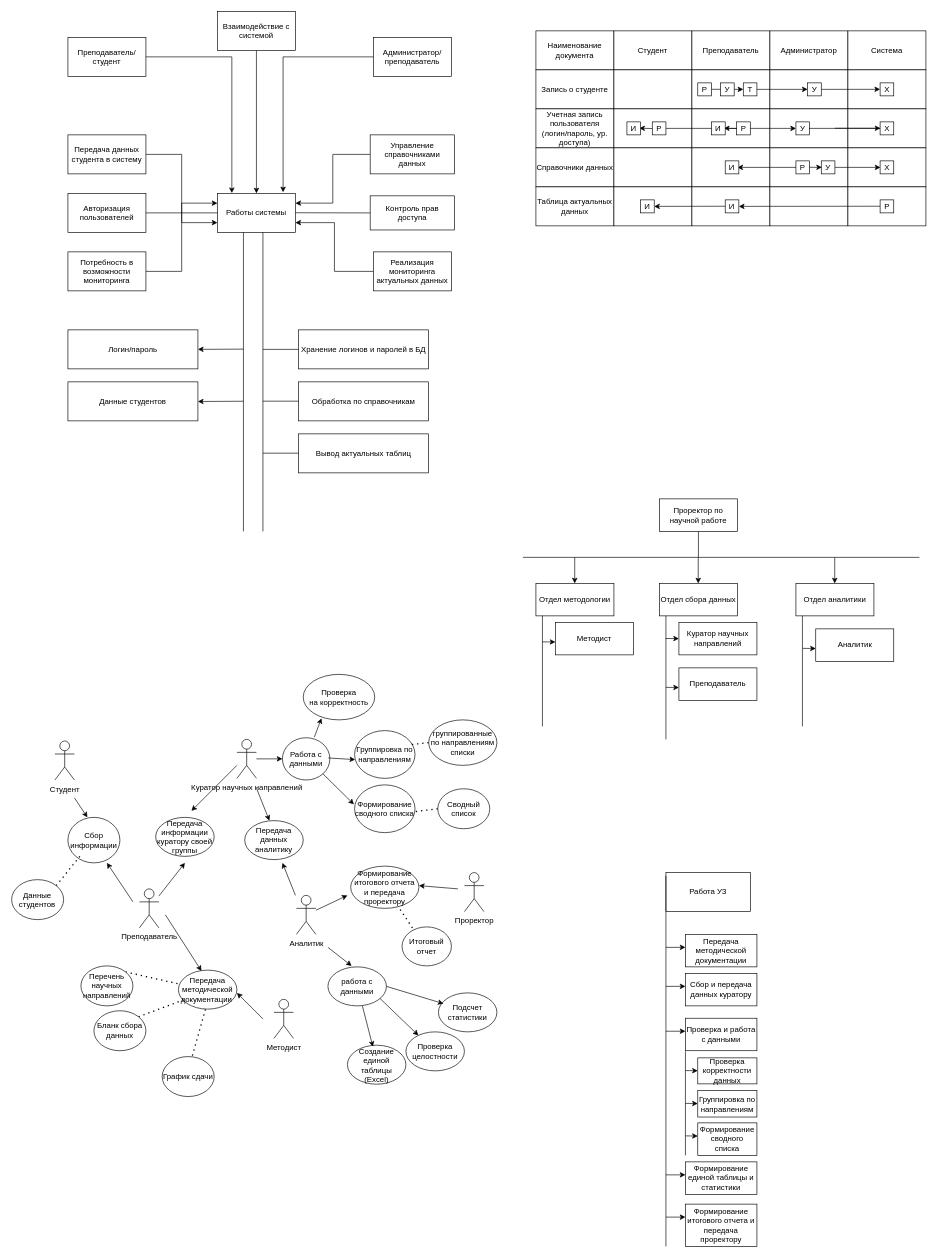
This is Шумов Д/диаграмма.drawio from Dima-Shum/UP11_documents, a draw.io file, before an edit. Source tidied: cells renumbered, new cells numbered last; positions are measured from the earlier drawing's top-left corner, leaving out a move shared by most shapes. Both pictures are drawn from the tidied source at 65%, with x=0, y=0 at pixel (11, 11).
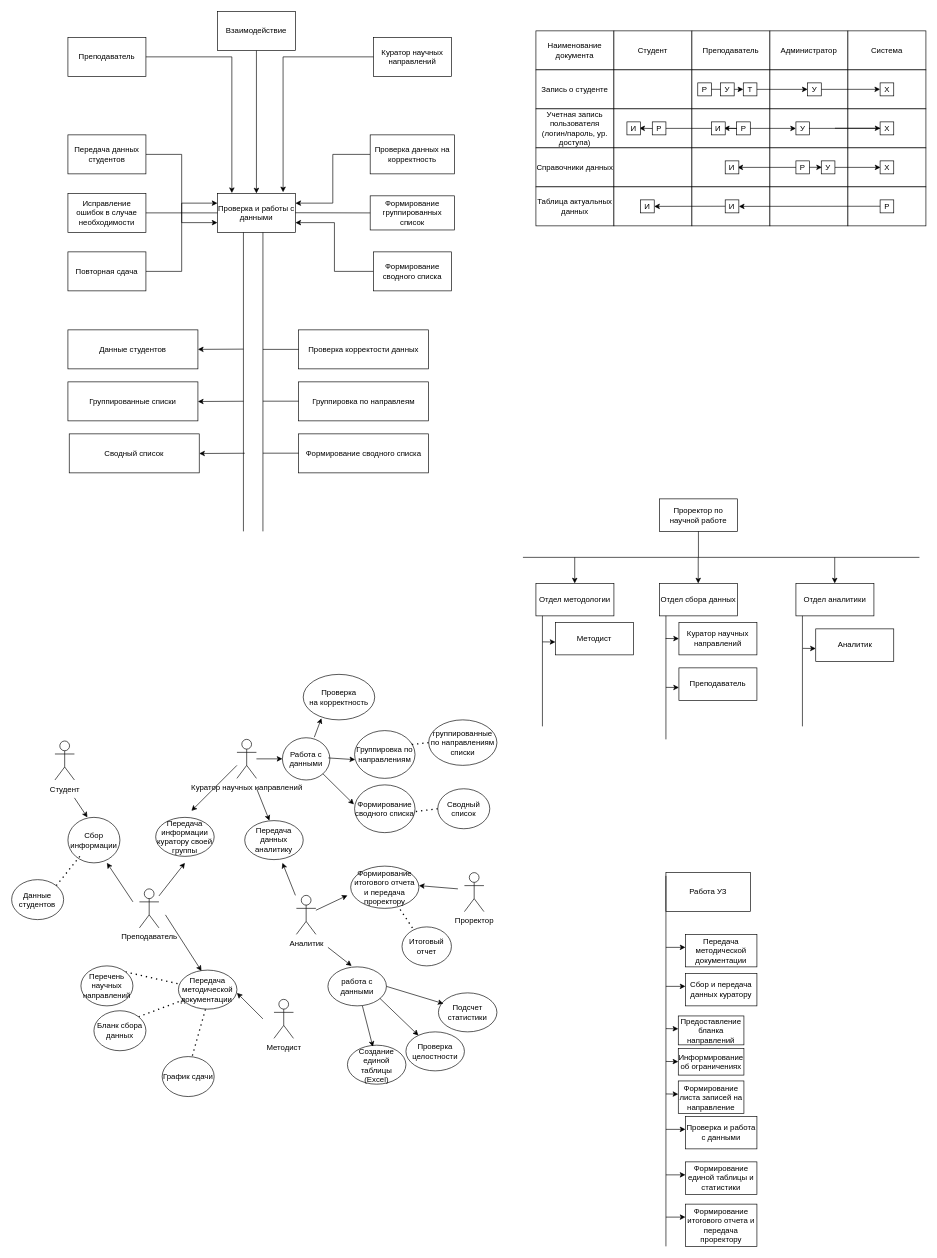
The same diagram, later.

What changed in the source:
```diff
@@
     <mxCell id="9" style="endArrow=classic;html=1;rounded=0;" parent="1" edge="1">
       <mxGeometry relative="1" as="geometry">
-        <mxPoint x="1007" y="1569" as="sourcePoint" />
-        <mxPoint x="1037" y="1569" as="targetPoint" />
+        <mxPoint x="1007" y="1720" as="sourcePoint" />
+        <mxPoint x="1037" y="1720" as="targetPoint" />
       </mxGeometry>
     </mxCell>
     <mxCell id="10" value="Проверка и работа с данными" style="rounded=0;whiteSpace=wrap;html=1;" parent="1" vertex="1">
-      <mxGeometry x="1037" y="1549" width="110" height="50" as="geometry" />
+      <mxGeometry x="1037" y="1700" width="110" height="50" as="geometry" />
     </mxCell>
@@
-    <mxCell id="15" style="endArrow=none;html=1;rounded=0;" parent="1" edge="1">
-      <mxGeometry relative="1" as="geometry">
-        <mxPoint x="1037" y="1760" as="sourcePoint" />
-        <mxPoint x="1037" y="1600" as="targetPoint" />
-      </mxGeometry>
-    </mxCell>
-    <mxCell id="16" style="endArrow=classic;html=1;rounded=0;" parent="1" edge="1">
-      <mxGeometry relative="1" as="geometry">
-        <mxPoint x="1037" y="1629.5" as="sourcePoint" />
-        <mxPoint x="1056" y="1629.8" as="targetPoint" />
-      </mxGeometry>
-    </mxCell>
-    <mxCell id="17" value="Проверка корректности данных" style="rounded=0;whiteSpace=wrap;html=1;" parent="1" vertex="1">
-      <mxGeometry x="1056" y="1610" width="91" height="40" as="geometry" />
-    </mxCell>
-    <mxCell id="18" style="endArrow=classic;html=1;rounded=0;" parent="1" edge="1">
-      <mxGeometry relative="1" as="geometry">
-        <mxPoint x="1037" y="1680" as="sourcePoint" />
-        <mxPoint x="1056" y="1680.3" as="targetPoint" />
-      </mxGeometry>
-    </mxCell>
-    <mxCell id="19" value="Группировка по направлениям" style="rounded=0;whiteSpace=wrap;html=1;" parent="1" vertex="1">
-      <mxGeometry x="1056" y="1660" width="91" height="41" as="geometry" />
-    </mxCell>
-    <mxCell id="20" style="endArrow=classic;html=1;rounded=0;" parent="1" edge="1">
-      <mxGeometry relative="1" as="geometry">
-        <mxPoint x="1037" y="1730" as="sourcePoint" />
-        <mxPoint x="1056" y="1730.3" as="targetPoint" />
-      </mxGeometry>
-    </mxCell>
-    <mxCell id="21" value="Формирование сводного списка" style="rounded=0;whiteSpace=wrap;html=1;" parent="1" vertex="1">
-      <mxGeometry x="1056" y="1710" width="91" height="50" as="geometry" />
-    </mxCell>
@@
-    <mxCell id="25" value="Взаимодействие с системой" style="rounded=0;whiteSpace=wrap;html=1;" parent="1" vertex="1">
+    <mxCell id="25" value="Взаимодействие" style="rounded=0;whiteSpace=wrap;html=1;" parent="1" vertex="1">
       <mxGeometry x="317" width="120" height="60" as="geometry" />
     </mxCell>
-    <mxCell id="26" value="Преподаватель/студент" style="rounded=0;whiteSpace=wrap;html=1;" parent="1" vertex="1">
+    <mxCell id="26" value="Преподаватель" style="rounded=0;whiteSpace=wrap;html=1;" parent="1" vertex="1">
       <mxGeometry x="87" y="40" width="120" height="60" as="geometry" />
     </mxCell>
-    <mxCell id="27" value="Администратор/преподаватель" style="rounded=0;whiteSpace=wrap;html=1;" parent="1" vertex="1">
+    <mxCell id="27" value="Куратор научных направлений" style="rounded=0;whiteSpace=wrap;html=1;" parent="1" vertex="1">
       <mxGeometry x="557" y="40" width="120" height="60" as="geometry" />
     </mxCell>
@@
-    <mxCell id="29" value="Передача данных студента в систему" style="rounded=0;whiteSpace=wrap;html=1;" parent="1" vertex="1">
+    <mxCell id="29" value="Передача данных студентов" style="rounded=0;whiteSpace=wrap;html=1;" parent="1" vertex="1">
       <mxGeometry x="87" y="190" width="120" height="60" as="geometry" />
     </mxCell>
-    <mxCell id="30" value="Авторизация пользователей" style="rounded=0;whiteSpace=wrap;html=1;" parent="1" vertex="1">
+    <mxCell id="30" value="Исправление ошибок в случае необходимости" style="rounded=0;whiteSpace=wrap;html=1;" parent="1" vertex="1">
       <mxGeometry x="87" y="280" width="120" height="60" as="geometry" />
     </mxCell>
@@
-    <mxCell id="32" value="Потребность в возможности мониторинга" style="rounded=0;whiteSpace=wrap;html=1;" parent="1" vertex="1">
+    <mxCell id="32" value="Повторная сдача" style="rounded=0;whiteSpace=wrap;html=1;" parent="1" vertex="1">
       <mxGeometry x="87" y="370" width="120" height="60" as="geometry" />
     </mxCell>
-    <mxCell id="33" value="Работы системы" style="rounded=0;whiteSpace=wrap;html=1;" parent="1" vertex="1">
+    <mxCell id="33" value="Проверка и работы с данными" style="rounded=0;whiteSpace=wrap;html=1;" parent="1" vertex="1">
       <mxGeometry x="317" y="280" width="120" height="60" as="geometry" />
     </mxCell>
@@
-    <mxCell id="35" value="Управление справочниками данных" style="rounded=0;whiteSpace=wrap;html=1;" parent="1" vertex="1">
+    <mxCell id="35" value="Проверка данных на корректность" style="rounded=0;whiteSpace=wrap;html=1;" parent="1" vertex="1">
       <mxGeometry x="552" y="190" width="130" height="60" as="geometry" />
     </mxCell>
-    <mxCell id="36" value="Контроль прав доступа" style="rounded=0;whiteSpace=wrap;html=1;" parent="1" vertex="1">
+    <mxCell id="36" value="Формирование группированных список" style="rounded=0;whiteSpace=wrap;html=1;" parent="1" vertex="1">
       <mxGeometry x="552" y="283.8" width="130" height="52.5" as="geometry" />
     </mxCell>
@@
-    <mxCell id="38" value="Реализация мониторинга актуальных данных" style="rounded=0;whiteSpace=wrap;html=1;" parent="1" vertex="1">
+    <mxCell id="38" value="Формирование сводного списка" style="rounded=0;whiteSpace=wrap;html=1;" parent="1" vertex="1">
       <mxGeometry x="557" y="370" width="120" height="60" as="geometry" />
     </mxCell>
-    <mxCell id="39" value="Логин/пароль" style="rounded=0;whiteSpace=wrap;html=1;" parent="1" vertex="1">
+    <mxCell id="39" value="Данные студентов" style="rounded=0;whiteSpace=wrap;html=1;" parent="1" vertex="1">
       <mxGeometry x="87" y="490" width="200" height="60" as="geometry" />
     </mxCell>
-    <mxCell id="40" value="Данные студентов" style="rounded=0;whiteSpace=wrap;html=1;" parent="1" vertex="1">
+    <mxCell id="40" value="Группированные списки" style="rounded=0;whiteSpace=wrap;html=1;" parent="1" vertex="1">
       <mxGeometry x="87" y="570" width="200" height="60" as="geometry" />
     </mxCell>
-    <mxCell id="41" value="Хранение логинов и паролей в БД" style="rounded=0;whiteSpace=wrap;html=1;" parent="1" vertex="1">
+    <mxCell id="41" value="Проверка корректости данных" style="rounded=0;whiteSpace=wrap;html=1;" parent="1" vertex="1">
       <mxGeometry x="442" y="490" width="200" height="60" as="geometry" />
     </mxCell>
-    <mxCell id="42" value="Обработка по справочникам" style="rounded=0;whiteSpace=wrap;html=1;" parent="1" vertex="1">
+    <mxCell id="42" value="Группировка по направлеям" style="rounded=0;whiteSpace=wrap;html=1;" parent="1" vertex="1">
       <mxGeometry x="442" y="570" width="200" height="60" as="geometry" />
     </mxCell>
@@
-    <mxCell id="73" value="Вывод актуальных таблиц" style="rounded=0;whiteSpace=wrap;html=1;" parent="1" vertex="1">
+    <mxCell id="73" value="Формирование сводного списка" style="rounded=0;whiteSpace=wrap;html=1;" parent="1" vertex="1">
       <mxGeometry x="442" y="650" width="200" height="60" as="geometry" />
     </mxCell>
@@
+    <mxCell id="180" value="Сводный список" style="rounded=0;whiteSpace=wrap;html=1;" parent="1" vertex="1">
+      <mxGeometry x="89" y="650" width="200" height="60" as="geometry" />
+    </mxCell>
+    <mxCell id="181" style="endArrow=classic;html=1;rounded=0;" parent="1" edge="1">
+      <mxGeometry relative="1" as="geometry">
+        <mxPoint x="359" y="679.8" as="sourcePoint" />
+        <mxPoint x="289" y="680.2" as="targetPoint" />
+      </mxGeometry>
+    </mxCell>
+    <mxCell id="182" style="endArrow=classic;html=1;rounded=0;" parent="1" edge="1">
+      <mxGeometry relative="1" as="geometry">
+        <mxPoint x="1007" y="1565" as="sourcePoint" />
+        <mxPoint x="1026" y="1565.3" as="targetPoint" />
+      </mxGeometry>
+    </mxCell>
+    <mxCell id="183" value="Предоставление бланка направлений" style="rounded=0;whiteSpace=wrap;html=1;" parent="1" vertex="1">
+      <mxGeometry x="1026" y="1545.5" width="101" height="44.5" as="geometry" />
+    </mxCell>
+    <mxCell id="184" style="endArrow=classic;html=1;rounded=0;" parent="1" edge="1">
+      <mxGeometry relative="1" as="geometry">
+        <mxPoint x="1007" y="1615.5" as="sourcePoint" />
+        <mxPoint x="1026" y="1615.8" as="targetPoint" />
+      </mxGeometry>
+    </mxCell>
+    <mxCell id="185" value="Информирование об ограничениях" style="rounded=0;whiteSpace=wrap;html=1;" parent="1" vertex="1">
+      <mxGeometry x="1026" y="1595.5" width="101" height="41" as="geometry" />
+    </mxCell>
+    <mxCell id="186" style="endArrow=classic;html=1;rounded=0;" parent="1" edge="1">
+      <mxGeometry relative="1" as="geometry">
+        <mxPoint x="1007" y="1665.5" as="sourcePoint" />
+        <mxPoint x="1026" y="1665.8" as="targetPoint" />
+      </mxGeometry>
+    </mxCell>
+    <mxCell id="187" value="Формирование листа записей на направление" style="rounded=0;whiteSpace=wrap;html=1;" parent="1" vertex="1">
+      <mxGeometry x="1026" y="1645.5" width="101" height="50" as="geometry" />
+    </mxCell>
```
